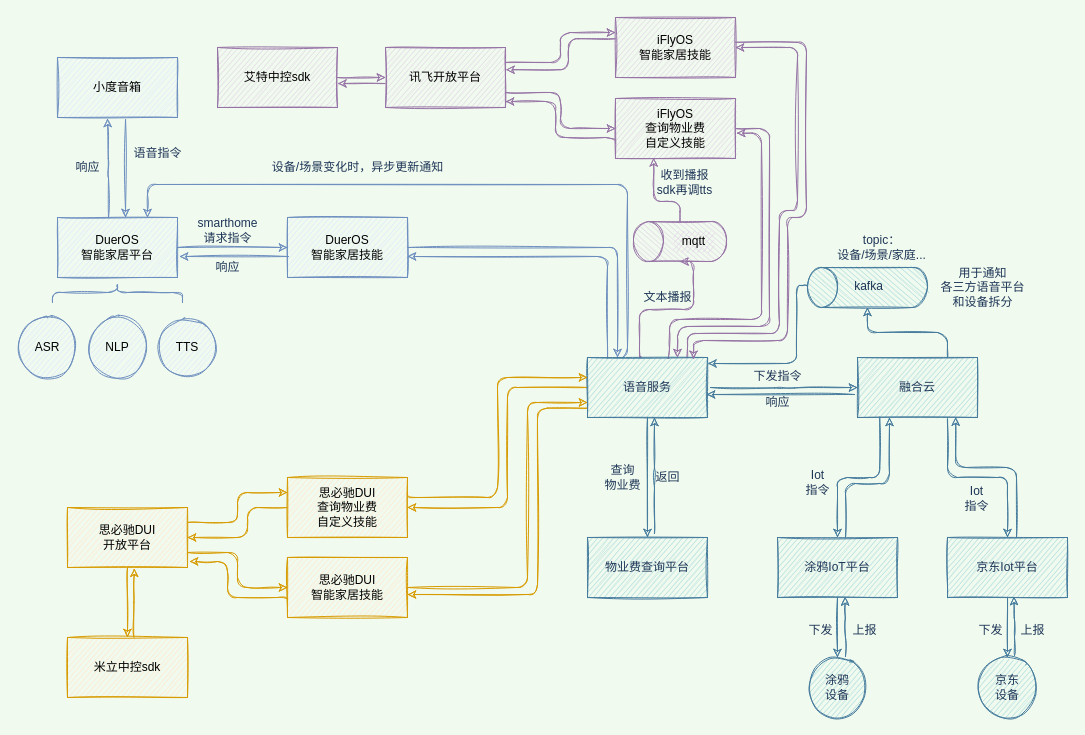
The draw.io diagram page "技能流程图" (1 of 4) of juan/businessDrawioAndXmindDemo/语音.drawio in linzlb/Linzlb_Seehope, before the edit. Source tidied: cells renumbered, new cells numbered last; positions are measured from the earlier drawing's top-left corner, leaving out a move shared by most shapes. Both pictures are drawn from the tidied source at 100%, with x=0, y=0 at pixel (17, 17).
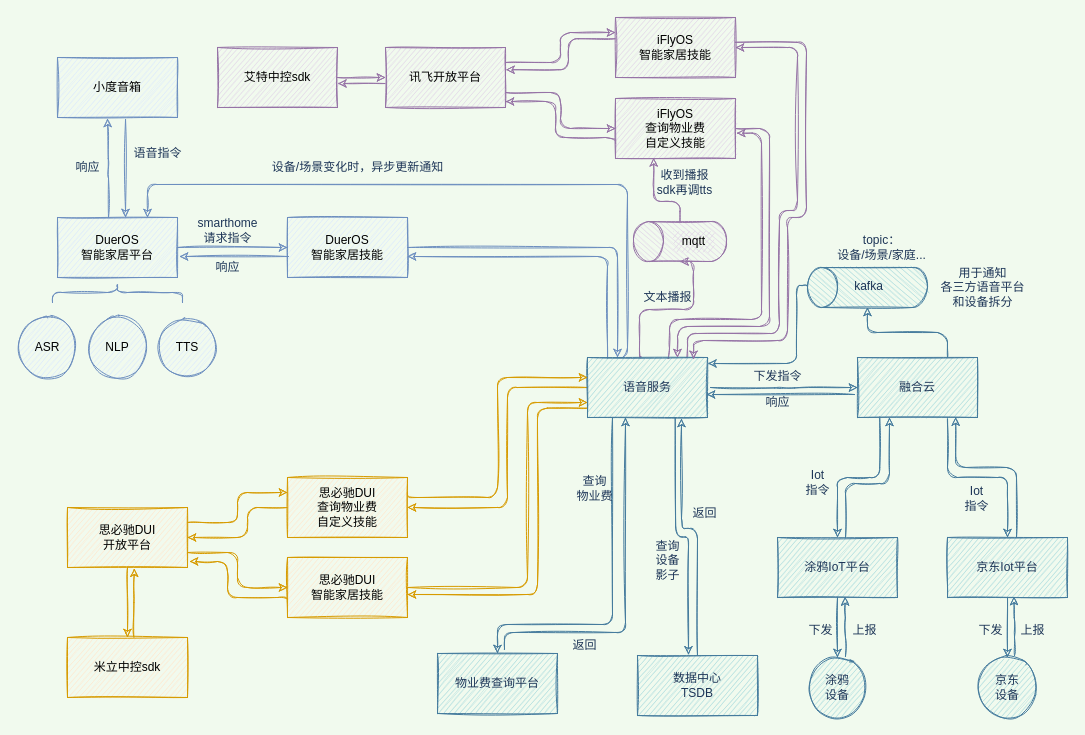
The same diagram, later.

Commit message (it also covers changes not shown here):
Linzlb#V1.7_msg: 更新设备配网流程

The change refers to these unchanged cells:
```xml
<mxCell id="11" value="语音服务" style="rounded=0;whiteSpace=wrap;html=1;fontColor=#1D3557;strokeColor=#457B9D;fillColor=#A8DADC;sketch=1;" parent="1" vertex="1">
  <mxGeometry x="570" y="340" width="120" height="60" as="geometry" />
</mxCell>
```

Change to the diagram source:
```diff
@@
     <mxCell id="4" style="edgeStyle=orthogonalEdgeStyle;rounded=1;jettySize=auto;html=1;fontColor=#1D3557;strokeColor=#457B9D;fillColor=#A8DADC;labelBackgroundColor=#F1FAEE;sketch=1;" parent="1" edge="1" source="11" target="46">
-      <mxGeometry relative="1" as="geometry" />
+      <mxGeometry relative="1" as="geometry">
+        <Array as="points">
+          <mxPoint x="595" y="607" />
+          <mxPoint x="480" y="607" />
+        </Array>
+      </mxGeometry>
     </mxCell>
@@
     <mxCell id="45" style="edgeStyle=orthogonalEdgeStyle;rounded=1;jettySize=auto;html=1;fontColor=#1D3557;strokeColor=#457B9D;fillColor=#A8DADC;exitX=0.558;exitY=-0.067;exitDx=0;exitDy=0;exitPerimeter=0;labelBackgroundColor=#F1FAEE;sketch=1;" parent="1" edge="1" source="46">
       <mxGeometry relative="1" as="geometry">
-        <mxPoint x="637" y="400" as="targetPoint" />
+        <mxPoint x="608" y="400" as="targetPoint" />
+        <Array as="points">
+          <mxPoint x="487" y="615" />
+          <mxPoint x="608" y="615" />
+          <mxPoint x="608" y="400" />
+        </Array>
       </mxGeometry>
     </mxCell>
     <mxCell id="46" value="物业费查询平台" style="rounded=0;whiteSpace=wrap;html=1;fontColor=#1D3557;strokeColor=#457B9D;fillColor=#A8DADC;sketch=1;" parent="1" vertex="1">
-      <mxGeometry x="570" y="520" width="120" height="60" as="geometry" />
+      <mxGeometry x="420" y="636" width="120" height="60" as="geometry" />
     </mxCell>
     <mxCell id="47" value="查询&lt;br&gt;物业费" style="text;html=1;align=center;verticalAlign=middle;strokeColor=none;fontColor=#1D3557;sketch=1;" parent="1" vertex="1">
-      <mxGeometry x="580" y="445" width="50" height="30" as="geometry" />
+      <mxGeometry x="552" y="456" width="50" height="30" as="geometry" />
     </mxCell>
     <mxCell id="48" value="返回" style="text;html=1;align=center;verticalAlign=middle;strokeColor=none;fontColor=#1D3557;sketch=1;" parent="1" vertex="1">
-      <mxGeometry x="630" y="450" width="40" height="20" as="geometry" />
+      <mxGeometry x="547" y="618" width="40" height="20" as="geometry" />
     </mxCell>
@@
+    <mxCell id="90" value="数据中心&lt;br&gt;TSDB" style="rounded=0;whiteSpace=wrap;html=1;fontColor=#1D3557;strokeColor=#457B9D;fillColor=#A8DADC;sketch=1;" parent="1" vertex="1">
+      <mxGeometry x="620" y="638" width="120" height="60" as="geometry" />
+    </mxCell>
+    <mxCell id="91" style="edgeStyle=orthogonalEdgeStyle;rounded=1;jettySize=auto;html=1;exitX=0.5;exitY=1;exitDx=0;exitDy=0;entryX=0.425;entryY=-0.01;entryDx=0;entryDy=0;fontColor=#1D3557;strokeColor=#457B9D;fillColor=#A8DADC;labelBackgroundColor=#F1FAEE;sketch=1;entryPerimeter=0;" parent="1" edge="1" target="90">
+      <mxGeometry relative="1" as="geometry">
+        <mxPoint x="657.7" y="400" as="sourcePoint" />
+      </mxGeometry>
+    </mxCell>
+    <mxCell id="92" value="查询&lt;br&gt;设备&lt;br&gt;影子" style="text;html=1;align=center;verticalAlign=middle;strokeColor=none;fontColor=#1D3557;sketch=1;" parent="1" vertex="1">
+      <mxGeometry x="633" y="520" width="34" height="46" as="geometry" />
+    </mxCell>
+    <mxCell id="93" style="edgeStyle=orthogonalEdgeStyle;rounded=1;jettySize=auto;html=1;fontColor=#1D3557;strokeColor=#457B9D;fillColor=#A8DADC;labelBackgroundColor=#F1FAEE;sketch=1;exitX=0.5;exitY=0;exitDx=0;exitDy=0;" parent="1" edge="1" source="90">
+      <mxGeometry relative="1" as="geometry">
+        <mxPoint x="664" y="401" as="targetPoint" />
+        <Array as="points">
+          <mxPoint x="680" y="511" />
+          <mxPoint x="664" y="511" />
+        </Array>
+      </mxGeometry>
+    </mxCell>
+    <mxCell id="94" value="返回" style="text;html=1;align=center;verticalAlign=middle;strokeColor=none;fontColor=#1D3557;sketch=1;" parent="1" vertex="1">
+      <mxGeometry x="667" y="486" width="40" height="20" as="geometry" />
+    </mxCell>
```
